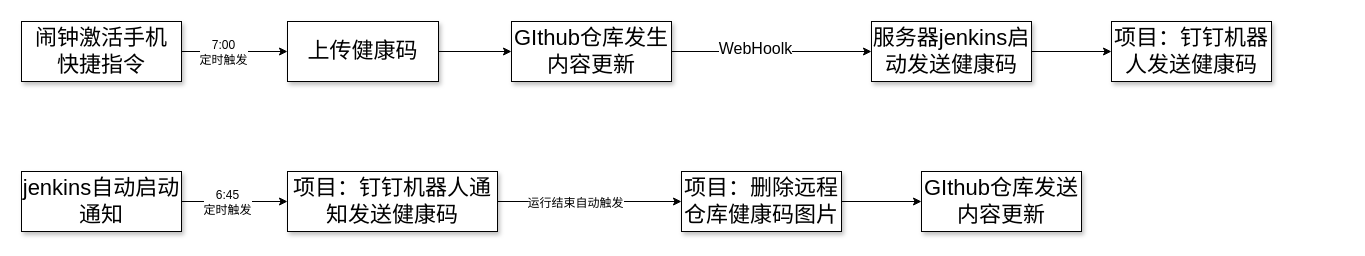
Before: page "思路" (2 of 2) of framework/githubToken.drawio in weihuohuayi/draw.io, a draw.io diagram. Source tidied: cells renumbered, new cells numbered last; positions are measured from the earlier drawing's top-left corner, leaving out a move shared by most shapes. Both pictures are drawn from the tidied source at 100%, with x=0, y=0 at pixel (21, 21).
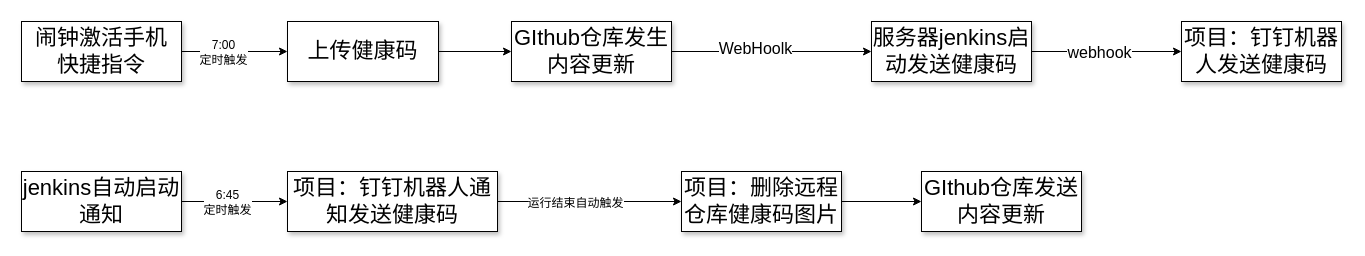
Above is the later version.

The change refers to these unchanged cells:
```xml
<mxCell id="19" style="edgeStyle=orthogonalEdgeStyle;rounded=0;jettySize=auto;html=1;fontSize=16;" parent="1" edge="1" source="20" target="21">
  <mxGeometry relative="1" as="geometry" />
</mxCell>
```

What changed in the source:
```diff
@@
+    <mxCell id="22" value="webhook" style="edgeLabel;html=1;align=center;verticalAlign=middle;fontSize=16;" parent="19" vertex="1">
+      <mxGeometry x="-0.11" relative="1" as="geometry" />
+    </mxCell>
@@
     <mxCell id="21" value="项目：钉钉机器人发送健康码" style="rounded=0;whiteSpace=wrap;html=1;shadow=1;glass=0;labelBackgroundColor=none;sketch=0;fontSize=22;" parent="1" vertex="1">
-      <mxGeometry x="1090" width="160" height="60" as="geometry" />
+      <mxGeometry x="1160" width="160" height="60" as="geometry" />
     </mxCell>
```
